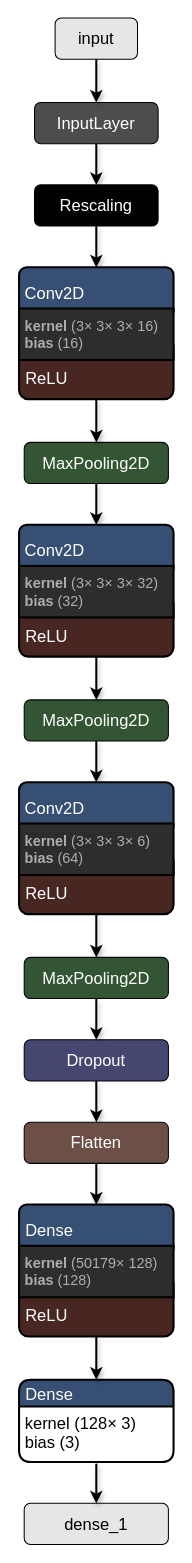
Before: Copy of CNN_Architecture.drawio in JSrabonee/COVID_paper_diagrams, a draw.io diagram. Source tidied: cells renumbered, new cells numbered last; positions are measured from the earlier drawing's top-left corner, leaving out a move shared by most shapes. Both pictures are drawn from the tidied source at 103%, with x=0, y=0 at pixel (19, 18).
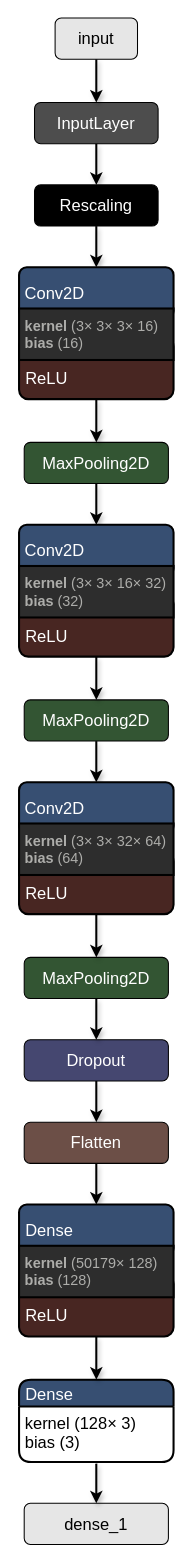
Above is the later version.

The change refers to these unchanged cells:
```xml
<mxCell id="12" style="group;" parent="1" vertex="1">
  <mxGeometry y="492" width="150" height="128" as="geometry" />
</mxCell>
<mxCell id="29" style="group;" parent="1" vertex="1">
  <mxGeometry y="742" width="150" height="128" as="geometry" />
</mxCell>
```

Change to the diagram source:
```diff
@@
-    <mxCell id="15" value="&lt;span style=&quot;color: rgb(173 , 173 , 170)&quot;&gt;&lt;b&gt;&amp;nbsp;kernel &lt;/b&gt;(3× 3× 3× 32)&lt;/span&gt;&lt;br style=&quot;padding: 0px ; margin: 0px ; color: rgb(173 , 173 , 170)&quot;&gt;&lt;span style=&quot;font-weight: bold ; color: rgb(173 , 173 , 170)&quot;&gt;&amp;nbsp;bias &lt;/span&gt;&lt;span style=&quot;color: rgb(173 , 173 , 170)&quot;&gt;(32)&lt;/span&gt;" style="rounded=0;whiteSpace=wrap;html=1;labelBackgroundColor=none;labelBorderColor=none;fontFamily=Helvetica;fontSize=14;fontColor=#FFFFFF;strokeColor=#000000;strokeWidth=2;fillColor=#2D2D2D;align=left;" parent="12" vertex="1">
+    <mxCell id="15" value="&lt;span style=&quot;color: rgb(173 , 173 , 170)&quot;&gt;&lt;b&gt;&amp;nbsp;kernel &lt;/b&gt;(3× 3× 16× 32)&lt;/span&gt;&lt;br style=&quot;padding: 0px ; margin: 0px ; color: rgb(173 , 173 , 170)&quot;&gt;&lt;span style=&quot;font-weight: bold ; color: rgb(173 , 173 , 170)&quot;&gt;&amp;nbsp;bias &lt;/span&gt;&lt;span style=&quot;color: rgb(173 , 173 , 170)&quot;&gt;(32)&lt;/span&gt;" style="rounded=0;whiteSpace=wrap;html=1;labelBackgroundColor=none;labelBorderColor=none;fontFamily=Helvetica;fontSize=14;fontColor=#FFFFFF;strokeColor=#000000;strokeWidth=2;fillColor=#2D2D2D;align=left;" parent="12" vertex="1">
       <mxGeometry y="40" width="150" height="50" as="geometry" />
     </mxCell>
@@
-    <mxCell id="32" value="&lt;span style=&quot;color: rgb(173 , 173 , 170)&quot;&gt;&lt;b&gt;&amp;nbsp;kernel &lt;/b&gt;(3× 3× 3× 6)&lt;/span&gt;&lt;br style=&quot;padding: 0px ; margin: 0px ; color: rgb(173 , 173 , 170)&quot;&gt;&lt;span style=&quot;font-weight: bold ; color: rgb(173 , 173 , 170)&quot;&gt;&amp;nbsp;bias &lt;/span&gt;&lt;span style=&quot;color: rgb(173 , 173 , 170)&quot;&gt;(64)&lt;/span&gt;" style="rounded=0;whiteSpace=wrap;html=1;labelBackgroundColor=none;labelBorderColor=none;fontFamily=Helvetica;fontSize=14;fontColor=#FFFFFF;strokeColor=#000000;strokeWidth=2;fillColor=#2D2D2D;align=left;" parent="29" vertex="1">
+    <mxCell id="32" value="&lt;span style=&quot;color: rgb(173 , 173 , 170)&quot;&gt;&lt;b&gt;&amp;nbsp;kernel &lt;/b&gt;(3× 3× 32× 64)&lt;/span&gt;&lt;br style=&quot;padding: 0px ; margin: 0px ; color: rgb(173 , 173 , 170)&quot;&gt;&lt;span style=&quot;font-weight: bold ; color: rgb(173 , 173 , 170)&quot;&gt;&amp;nbsp;bias &lt;/span&gt;&lt;span style=&quot;color: rgb(173 , 173 , 170)&quot;&gt;(64)&lt;/span&gt;" style="rounded=0;whiteSpace=wrap;html=1;labelBackgroundColor=none;labelBorderColor=none;fontFamily=Helvetica;fontSize=14;fontColor=#FFFFFF;strokeColor=#000000;strokeWidth=2;fillColor=#2D2D2D;align=left;" parent="29" vertex="1">
       <mxGeometry y="40" width="150" height="50" as="geometry" />
     </mxCell>
```
